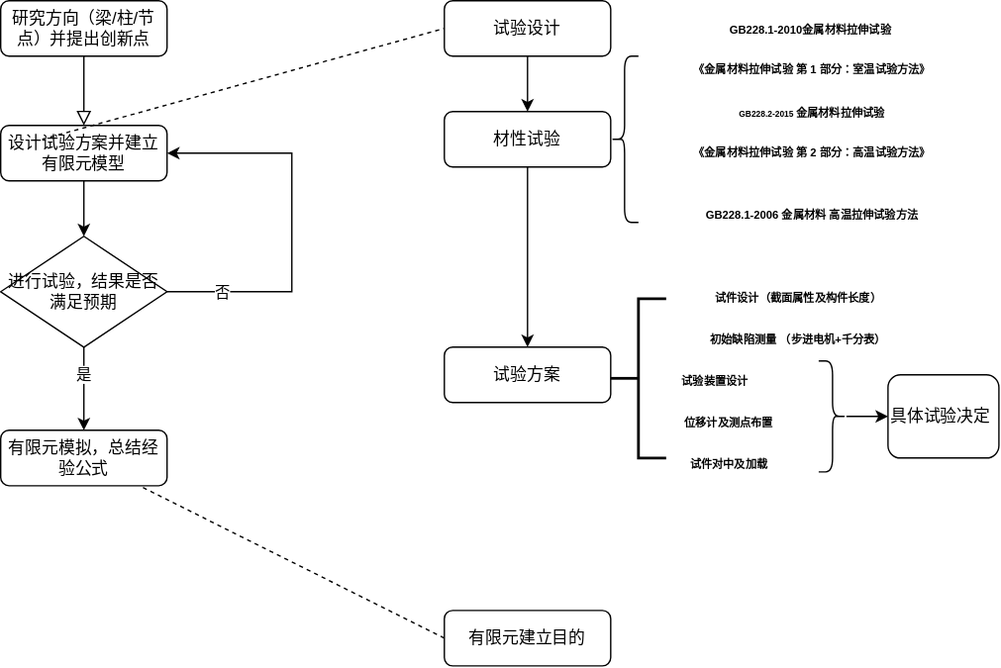
This is CFS研究思维导图.drawio.svg from budaniao88/PINNs, a draw.io export, as it was before one commit. Source tidied: cells renumbered, new cells last; positions are measured from the earlier drawing's top-left corner, leaving out a move shared by most shapes.
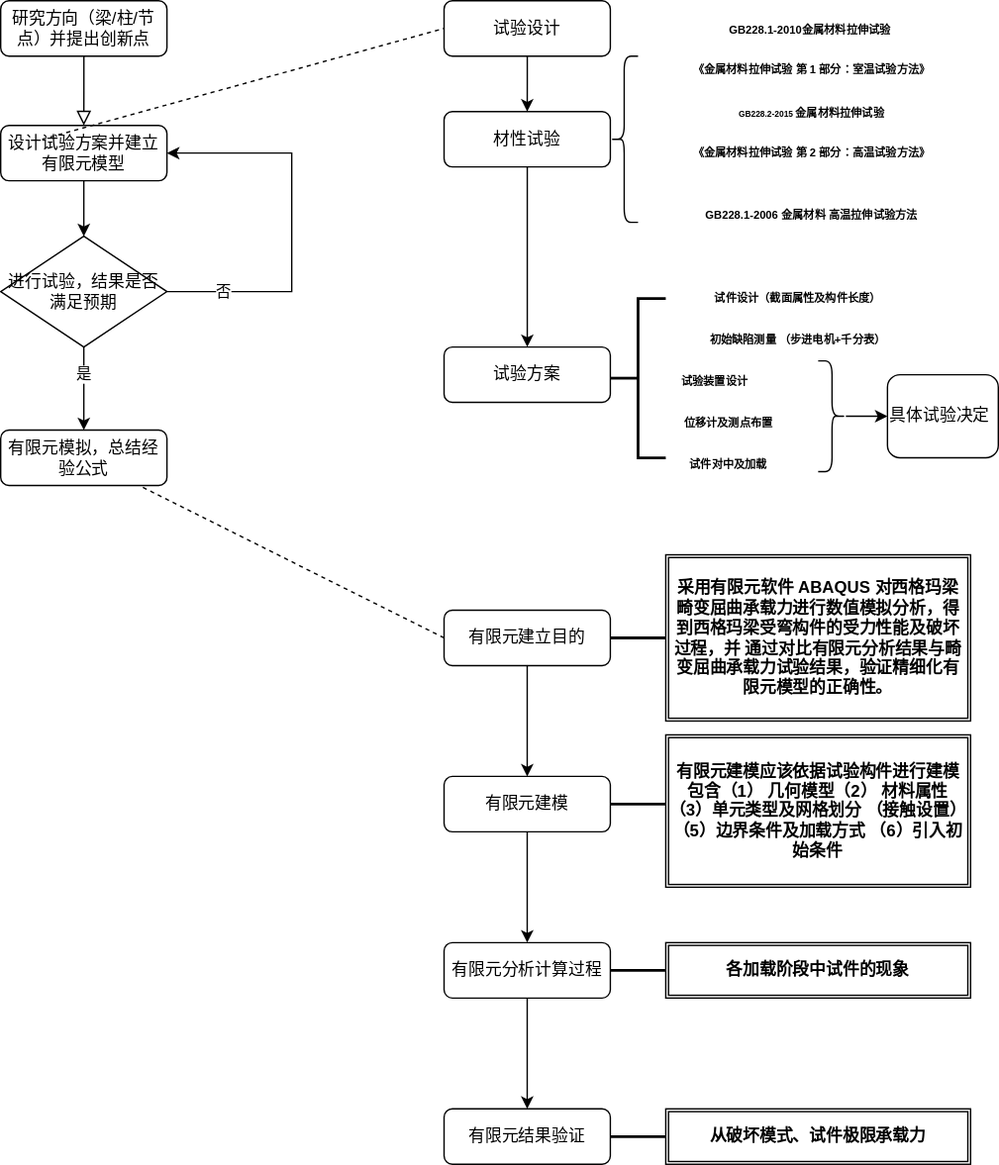
The same file after the commit.

Commit message:
更新CFS研究思维导图.drawio.svg

Change to the diagram source:
```diff
@@ -113,8 +113,50 @@
     <mxCell id="31" style="endArrow=none;dashed=1;html=1;rounded=0;exitX=0;exitY=0.5;exitDx=0;exitDy=0;" parent="1" edge="1" source="32" target="6">
       <mxGeometry relative="1" as="geometry" />
     </mxCell>
+    <mxCell id="33" style="edgeStyle=orthogonalEdgeStyle;rounded=0;jettySize=auto;html=1;" parent="1" edge="1" source="32" target="37">
+      <mxGeometry relative="1" as="geometry" />
+    </mxCell>
     <mxCell id="32" value="有限元建立目的" style="rounded=1;whiteSpace=wrap;html=1;" parent="1" vertex="1">
       <mxGeometry x="320" y="440" width="120" height="40" as="geometry" />
     </mxCell>
+    <mxCell id="34" style="line;strokeWidth=2;html=1;" parent="1" vertex="1">
+      <mxGeometry x="440" y="455" width="40" height="10" as="geometry" />
+    </mxCell>
+    <mxCell id="35" value="&lt;b&gt;采用有限元软件 ABAQUS 对西格玛梁畸变屈曲承载力进行数值模拟分析，得到西格玛梁受弯构件的受力性能及破坏过程，并 通过对比有限元分析结果与畸变屈曲承载力试验结果，验证精细化有限元模型的正确性。&lt;/b&gt;" style="shape=ext;double=1;rounded=0;whiteSpace=wrap;html=1;" parent="1" vertex="1">
+      <mxGeometry x="480" y="400" width="220" height="120" as="geometry" />
+    </mxCell>
+    <mxCell id="36" style="edgeStyle=orthogonalEdgeStyle;rounded=0;jettySize=auto;html=1;" parent="1" edge="1" source="37" target="39">
+      <mxGeometry relative="1" as="geometry" />
+    </mxCell>
+    <mxCell id="37" value="有限元建模" style="whiteSpace=wrap;html=1;rounded=1;" parent="1" vertex="1">
+      <mxGeometry x="320" y="560" width="120" height="40" as="geometry" />
+    </mxCell>
+    <mxCell id="38" style="edgeStyle=orthogonalEdgeStyle;rounded=0;jettySize=auto;html=1;" parent="1" edge="1" source="39" target="40">
+      <mxGeometry relative="1" as="geometry" />
+    </mxCell>
+    <mxCell id="39" value="有限元分析计算过程" style="whiteSpace=wrap;html=1;rounded=1;" parent="1" vertex="1">
+      <mxGeometry x="320" y="680" width="120" height="40" as="geometry" />
+    </mxCell>
+    <mxCell id="40" value="有限元结果验证" style="whiteSpace=wrap;html=1;rounded=1;" parent="1" vertex="1">
+      <mxGeometry x="320" y="800" width="120" height="40" as="geometry" />
+    </mxCell>
+    <mxCell id="41" style="line;strokeWidth=2;html=1;" parent="1" vertex="1">
+      <mxGeometry x="440" y="575" width="40" height="10" as="geometry" />
+    </mxCell>
+    <mxCell id="42" value="&lt;b&gt;有限元建模应该依据试验构件进行建模包含（1） 几何模型（2） 材料属性 （3）单元类型及网格划分 （接触设置）&lt;br&gt;（5）边界条件及加载方式 （6）引入初始条件&lt;br&gt;&lt;/b&gt;" style="shape=ext;double=1;rounded=0;whiteSpace=wrap;html=1;" parent="1" vertex="1">
+      <mxGeometry x="480" y="530" width="220" height="110" as="geometry" />
+    </mxCell>
+    <mxCell id="43" style="line;strokeWidth=2;html=1;" parent="1" vertex="1">
+      <mxGeometry x="440" y="695" width="40" height="10" as="geometry" />
+    </mxCell>
+    <mxCell id="44" value="&lt;b&gt;各加载阶段中试件的现象&lt;br&gt;&lt;/b&gt;" style="shape=ext;double=1;rounded=0;whiteSpace=wrap;html=1;" parent="1" vertex="1">
+      <mxGeometry x="480" y="680" width="220" height="40" as="geometry" />
+    </mxCell>
+    <mxCell id="45" style="line;strokeWidth=2;html=1;" parent="1" vertex="1">
+      <mxGeometry x="440" y="815" width="40" height="10" as="geometry" />
+    </mxCell>
+    <mxCell id="46" value="&lt;b&gt;从破坏模式、试件极限承载力&lt;br&gt;&lt;/b&gt;" style="shape=ext;double=1;rounded=0;whiteSpace=wrap;html=1;" parent="1" vertex="1">
+      <mxGeometry x="480" y="800" width="220" height="40" as="geometry" />
+    </mxCell>
   </root>
 </mxGraphModel>
```
